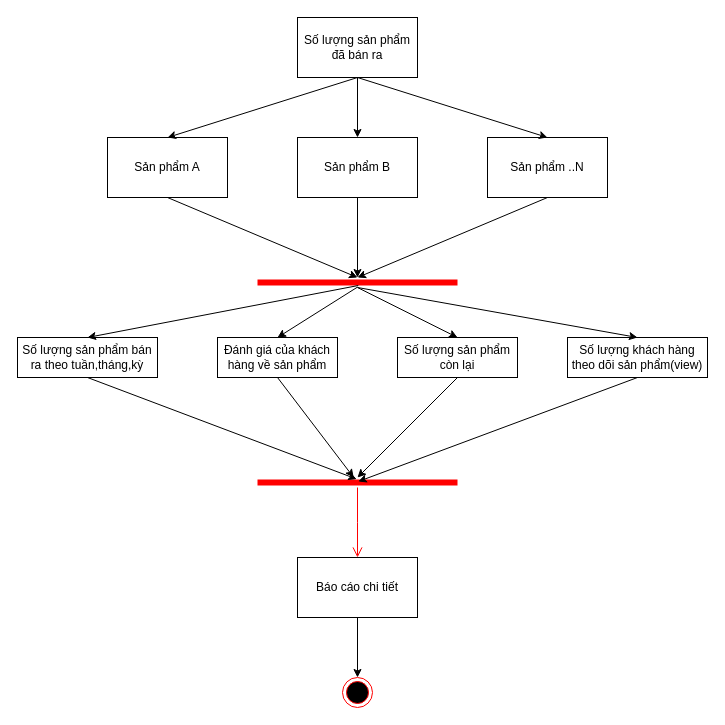
The draw.io diagram page "Đánh giá tổng quan sản phẩm" (4 of 5) of Biểu đồ không có tiêu đề.drawio in KhieuXThanh/QLDA, before the edit. Source tidied: cells renumbered, new cells numbered last; positions are measured from the earlier drawing's top-left corner, leaving out a move shared by most shapes. Both pictures are drawn from the tidied source at 100%, with x=0, y=0 at pixel (17, 17).
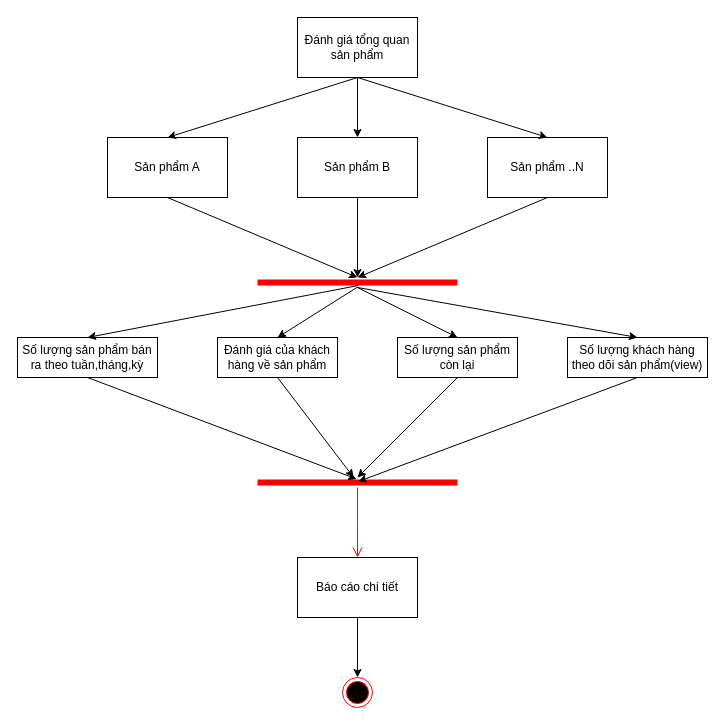
After the change.

Change to the diagram source:
```diff
@@
-    <mxCell id="2" value="Số lượng sản phẩm đã bán ra" style="rounded=0;whiteSpace=wrap;html=1;" parent="1" vertex="1">
+    <mxCell id="2" value="Đánh giá tổng quan sản phẩm" style="rounded=0;whiteSpace=wrap;html=1;" parent="1" vertex="1">
       <mxGeometry x="280" width="120" height="60" as="geometry" />
     </mxCell>
```
